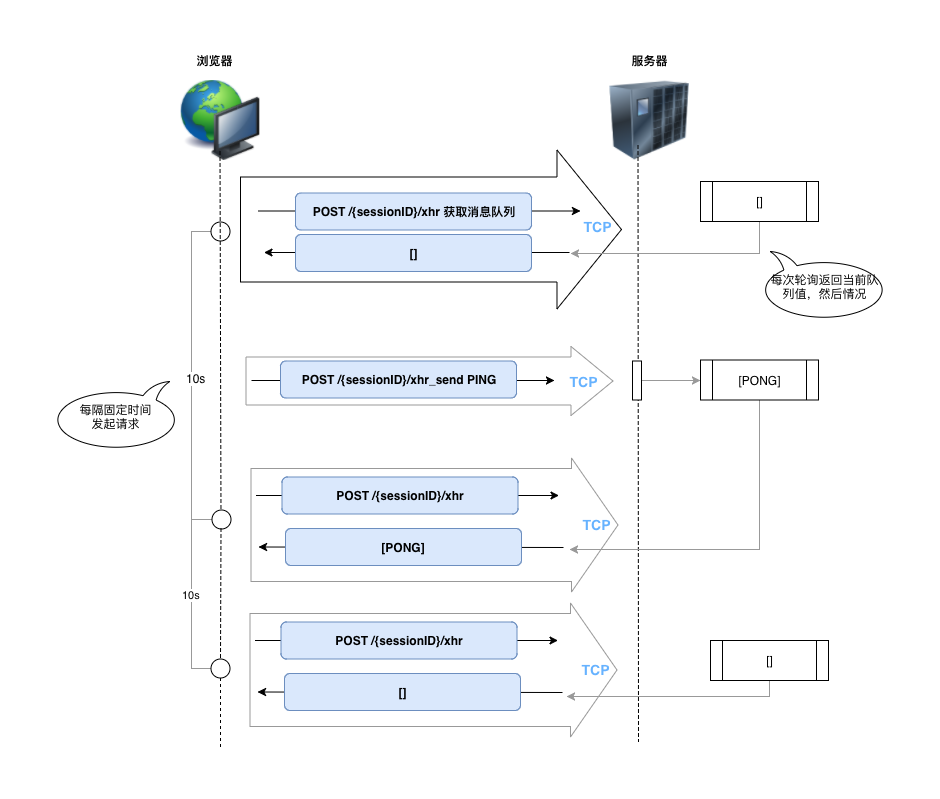
Before: source/images/sockjs/polling2.png, a diagram exported from draw.io (ivan-94/bobi.ink). Source tidied: cells renumbered, new cells last; positions are measured from the earlier drawing's top-left corner, leaving out a move shared by most shapes. The source it was exported from:
```xml
<mxGraphModel>
  <root>
    <mxCell id="0" />
    <mxCell id="1" parent="0" />
    <mxCell id="2" style="shape=flexArrow;endArrow=classic;html=1;strokeColor=#999999;width=113;endSize=15.17;" parent="1" edge="1">
      <mxGeometry relative="1" as="geometry">
        <mxPoint x="200" y="474.5" as="sourcePoint" />
        <mxPoint x="568" y="474.5" as="targetPoint" />
      </mxGeometry>
    </mxCell>
    <mxCell id="3" style="endArrow=none;dashed=1;html=1;" parent="1" edge="1" source="48">
      <mxGeometry relative="1" as="geometry">
        <mxPoint x="170" y="697" as="targetPoint" />
      </mxGeometry>
    </mxCell>
    <mxCell id="4" style="image;html=1;labelBackgroundColor=#ffffff;image=img/lib/clip_art/networking/UPS_128x128.png;" parent="1" vertex="1">
      <mxGeometry x="559" y="30" width="80" height="80" as="geometry" />
    </mxCell>
    <mxCell id="5" style="image;html=1;labelBackgroundColor=#ffffff;image=img/lib/clip_art/computers/Network_128x128.png;" parent="1" vertex="1">
      <mxGeometry x="130" y="30" width="80" height="80" as="geometry" />
    </mxCell>
    <mxCell id="6" value="浏览器" style="text;html=1;strokeColor=none;fillColor=none;align=center;verticalAlign=middle;whiteSpace=wrap;rounded=0;fontStyle=1;" parent="1" vertex="1">
      <mxGeometry x="144" width="40" height="20" as="geometry" />
    </mxCell>
    <mxCell id="7" value="服务器" style="text;html=1;strokeColor=none;fillColor=none;align=center;verticalAlign=middle;whiteSpace=wrap;rounded=0;fontStyle=1;" parent="1" vertex="1">
      <mxGeometry x="579" width="40" height="20" as="geometry" />
    </mxCell>
    <mxCell id="8" style="shape=flexArrow;endArrow=classic;html=1;endWidth=53;endSize=21.17;width=105;" parent="1" edge="1">
      <mxGeometry relative="1" as="geometry">
        <mxPoint x="189.5" y="179" as="sourcePoint" />
        <mxPoint x="571.5" y="179" as="targetPoint" />
      </mxGeometry>
    </mxCell>
    <mxCell id="9" style="endArrow=classic;html=1;" parent="1" edge="1">
      <mxGeometry relative="1" as="geometry">
        <mxPoint x="208" y="160.5" as="sourcePoint" />
        <mxPoint x="530" y="160.5" as="targetPoint" />
      </mxGeometry>
    </mxCell>
    <mxCell id="10" value="&lt;b&gt;POST /{sessionID}/xhr 获取消息队列&lt;/b&gt;" style="rounded=1;whiteSpace=wrap;html=1;fillColor=#dae8fc;strokeColor=#6c8ebf;" parent="1" vertex="1">
      <mxGeometry x="245" y="142.5" width="236" height="37" as="geometry" />
    </mxCell>
    <mxCell id="11" value="&lt;font style=&quot;font-size: 14px&quot; color=&quot;#66b2ff&quot;&gt;&lt;b&gt;TCP&lt;/b&gt;&lt;/font&gt;" style="text;html=1;strokeColor=none;fillColor=none;align=center;verticalAlign=middle;whiteSpace=wrap;rounded=0;" parent="1" vertex="1">
      <mxGeometry x="527" y="166" width="40" height="20" as="geometry" />
    </mxCell>
    <mxCell id="12" style="group;" parent="1" vertex="1">
      <mxGeometry x="195" y="321" width="368" height="20" as="geometry" />
    </mxCell>
    <mxCell id="13" style="group;" parent="12" vertex="1">
      <mxGeometry width="368" height="20" as="geometry" />
    </mxCell>
    <mxCell id="14" style="shape=flexArrow;endArrow=classic;html=1;strokeColor=#999999;width=48;endSize=13.67;" parent="13" edge="1">
      <mxGeometry relative="1" as="geometry">
        <mxPoint y="9.5" as="sourcePoint" />
        <mxPoint x="368" y="9.5" as="targetPoint" />
      </mxGeometry>
    </mxCell>
    <mxCell id="15" value="&lt;font style=&quot;font-size: 14px&quot; color=&quot;#66b2ff&quot;&gt;&lt;b&gt;TCP&lt;/b&gt;&lt;/font&gt;" style="text;html=1;strokeColor=none;fillColor=none;align=center;verticalAlign=middle;whiteSpace=wrap;rounded=0;" parent="13" vertex="1">
      <mxGeometry x="317.2" width="41.5" height="20" as="geometry" />
    </mxCell>
    <mxCell id="16" style="endArrow=classic;html=1;" parent="1" edge="1">
      <mxGeometry relative="1" as="geometry">
        <mxPoint x="201" y="330" as="sourcePoint" />
        <mxPoint x="504" y="330" as="targetPoint" />
      </mxGeometry>
    </mxCell>
    <mxCell id="17" value="&lt;b&gt;POST /{sessionID}/xhr_send PING&lt;/b&gt;" style="rounded=1;whiteSpace=wrap;html=1;fillColor=#dae8fc;strokeColor=#6c8ebf;" parent="1" vertex="1">
      <mxGeometry x="230" y="310.5" width="236" height="37" as="geometry" />
    </mxCell>
    <mxCell id="18" style="endArrow=none;dashed=1;html=1;" parent="1" edge="1">
      <mxGeometry relative="1" as="geometry">
        <mxPoint x="587.5" y="95" as="sourcePoint" />
        <mxPoint x="588" y="691" as="targetPoint" />
      </mxGeometry>
    </mxCell>
    <mxCell id="19" style="edgeStyle=orthogonalEdgeStyle;rounded=0;jettySize=auto;html=1;exitX=0.5;exitY=1;exitDx=0;exitDy=0;strokeColor=#999999;" parent="1" edge="1" source="20">
      <mxGeometry relative="1" as="geometry">
        <mxPoint x="519" y="499" as="targetPoint" />
        <Array as="points">
          <mxPoint x="709" y="499" />
        </Array>
      </mxGeometry>
    </mxCell>
    <mxCell id="20" value="[PONG]" style="shape=process;whiteSpace=wrap;html=1;backgroundOutline=1;" parent="1" vertex="1">
      <mxGeometry x="650" y="309.5" width="118" height="40" as="geometry" />
    </mxCell>
    <mxCell id="21" style="edgeStyle=orthogonalEdgeStyle;rounded=0;jettySize=auto;html=1;exitX=1;exitY=0.5;exitDx=0;exitDy=0;strokeColor=#999999;" parent="1" edge="1" source="22" target="20">
      <mxGeometry relative="1" as="geometry" />
    </mxCell>
    <mxCell id="22" style="rounded=0;whiteSpace=wrap;html=1;" parent="1" vertex="1">
      <mxGeometry x="582" y="310.5" width="9" height="39" as="geometry" />
    </mxCell>
    <mxCell id="23" style="group;" parent="1" vertex="1">
      <mxGeometry x="213" y="470.5" width="368" height="20" as="geometry" />
    </mxCell>
    <mxCell id="24" style="group;" parent="23" vertex="1">
      <mxGeometry width="368" height="20" as="geometry" />
    </mxCell>
    <mxCell id="25" value="&lt;font style=&quot;font-size: 14px&quot; color=&quot;#66b2ff&quot;&gt;&lt;b&gt;TCP&lt;/b&gt;&lt;/font&gt;" style="text;html=1;strokeColor=none;fillColor=none;align=center;verticalAlign=middle;whiteSpace=wrap;rounded=0;" parent="24" vertex="1">
      <mxGeometry x="312.2" y="-7" width="41.5" height="20" as="geometry" />
    </mxCell>
    <mxCell id="26" style="endArrow=classic;html=1;" parent="1" edge="1">
      <mxGeometry relative="1" as="geometry">
        <mxPoint x="205.5" y="445" as="sourcePoint" />
        <mxPoint x="508.5" y="445" as="targetPoint" />
      </mxGeometry>
    </mxCell>
    <mxCell id="27" value="&lt;b&gt;POST /{sessionID}/xhr&lt;/b&gt;" style="rounded=1;whiteSpace=wrap;html=1;fillColor=#dae8fc;strokeColor=#6c8ebf;" parent="1" vertex="1">
      <mxGeometry x="231.5" y="426.5" width="236" height="37" as="geometry" />
    </mxCell>
    <mxCell id="28" style="endArrow=classic;html=1;" parent="1" edge="1">
      <mxGeometry relative="1" as="geometry">
        <mxPoint x="513" y="497" as="sourcePoint" />
        <mxPoint x="208" y="496.5" as="targetPoint" />
      </mxGeometry>
    </mxCell>
    <mxCell id="29" value="&lt;b&gt;[PONG]&lt;/b&gt;" style="rounded=1;whiteSpace=wrap;html=1;fillColor=#dae8fc;strokeColor=#6c8ebf;" parent="1" vertex="1">
      <mxGeometry x="235" y="478" width="236" height="37" as="geometry" />
    </mxCell>
    <mxCell id="30" style="edgeStyle=orthogonalEdgeStyle;rounded=0;jettySize=auto;html=1;exitX=0.5;exitY=1;exitDx=0;exitDy=0;strokeColor=#999999;" parent="1" edge="1" source="31">
      <mxGeometry relative="1" as="geometry">
        <mxPoint x="520" y="203" as="targetPoint" />
        <Array as="points">
          <mxPoint x="709" y="203" />
        </Array>
      </mxGeometry>
    </mxCell>
    <mxCell id="31" value="[]" style="shape=process;whiteSpace=wrap;html=1;backgroundOutline=1;" parent="1" vertex="1">
      <mxGeometry x="650" y="131" width="118" height="40" as="geometry" />
    </mxCell>
    <mxCell id="32" style="endArrow=classic;html=1;" parent="1" edge="1">
      <mxGeometry relative="1" as="geometry">
        <mxPoint x="519" y="202" as="sourcePoint" />
        <mxPoint x="213.5" y="202" as="targetPoint" />
      </mxGeometry>
    </mxCell>
    <mxCell id="33" value="&lt;b&gt;[]&lt;/b&gt;" style="rounded=1;whiteSpace=wrap;html=1;fillColor=#dae8fc;strokeColor=#6c8ebf;" parent="1" vertex="1">
      <mxGeometry x="245" y="184" width="236" height="37" as="geometry" />
    </mxCell>
    <mxCell id="34" style="shape=flexArrow;endArrow=classic;html=1;strokeColor=#999999;width=113;endSize=15.17;" parent="1" edge="1">
      <mxGeometry relative="1" as="geometry">
        <mxPoint x="199" y="619.5" as="sourcePoint" />
        <mxPoint x="567" y="619.5" as="targetPoint" />
      </mxGeometry>
    </mxCell>
    <mxCell id="35" value="&lt;font style=&quot;font-size: 14px&quot; color=&quot;#66b2ff&quot;&gt;&lt;b&gt;TCP&lt;/b&gt;&lt;/font&gt;" style="text;html=1;strokeColor=none;fillColor=none;align=center;verticalAlign=middle;whiteSpace=wrap;rounded=0;" parent="1" vertex="1">
      <mxGeometry x="524.2" y="608.5" width="41.5" height="20" as="geometry" />
    </mxCell>
    <mxCell id="36" style="endArrow=classic;html=1;" parent="1" edge="1">
      <mxGeometry relative="1" as="geometry">
        <mxPoint x="204.5" y="590" as="sourcePoint" />
        <mxPoint x="507.5" y="590" as="targetPoint" />
      </mxGeometry>
    </mxCell>
    <mxCell id="37" value="&lt;b&gt;POST /{sessionID}/xhr&lt;/b&gt;" style="rounded=1;whiteSpace=wrap;html=1;fillColor=#dae8fc;strokeColor=#6c8ebf;" parent="1" vertex="1">
      <mxGeometry x="230.5" y="571.5" width="236" height="37" as="geometry" />
    </mxCell>
    <mxCell id="38" style="endArrow=classic;html=1;" parent="1" edge="1">
      <mxGeometry relative="1" as="geometry">
        <mxPoint x="512" y="642" as="sourcePoint" />
        <mxPoint x="207" y="641.5" as="targetPoint" />
      </mxGeometry>
    </mxCell>
    <mxCell id="39" value="&lt;b&gt;[]&lt;/b&gt;" style="rounded=1;whiteSpace=wrap;html=1;fillColor=#dae8fc;strokeColor=#6c8ebf;" parent="1" vertex="1">
      <mxGeometry x="234" y="623" width="236" height="37" as="geometry" />
    </mxCell>
    <mxCell id="40" style="edgeStyle=orthogonalEdgeStyle;rounded=0;jettySize=auto;html=1;exitX=0.5;exitY=1;exitDx=0;exitDy=0;strokeColor=#999999;" parent="1" edge="1" source="41">
      <mxGeometry relative="1" as="geometry">
        <mxPoint x="516" y="646" as="targetPoint" />
        <Array as="points">
          <mxPoint x="719" y="646" />
        </Array>
      </mxGeometry>
    </mxCell>
    <mxCell id="41" value="[]" style="shape=process;whiteSpace=wrap;html=1;backgroundOutline=1;" parent="1" vertex="1">
      <mxGeometry x="660" y="590" width="118" height="40" as="geometry" />
    </mxCell>
    <mxCell id="42" style="edgeStyle=orthogonalEdgeStyle;rounded=0;jettySize=auto;html=1;exitX=0;exitY=0.5;exitDx=0;exitDy=0;entryX=0;entryY=0.5;entryDx=0;entryDy=0;strokeColor=#999999;endArrow=none;endFill=0;" parent="1" edge="1" source="44" target="46">
      <mxGeometry relative="1" as="geometry" />
    </mxCell>
    <mxCell id="43" value="10s" style="text;html=1;align=center;verticalAlign=middle;labelBackgroundColor=#ffffff;" parent="42" vertex="1">
      <mxGeometry x="0.01" y="4" relative="1" as="geometry" />
    </mxCell>
    <mxCell id="44" style="ellipse;whiteSpace=wrap;html=1;" parent="1" vertex="1">
      <mxGeometry x="160.5" y="171" width="19" height="19" as="geometry" />
    </mxCell>
    <mxCell id="45" value="10s" style="edgeStyle=orthogonalEdgeStyle;rounded=0;jettySize=auto;html=1;exitX=0;exitY=0.5;exitDx=0;exitDy=0;entryX=0;entryY=0.5;entryDx=0;entryDy=0;endArrow=none;endFill=0;strokeColor=#999999;" parent="1" edge="1" source="46" target="48">
      <mxGeometry relative="1" as="geometry" />
    </mxCell>
    <mxCell id="46" style="ellipse;whiteSpace=wrap;html=1;" parent="1" vertex="1">
      <mxGeometry x="161" y="459" width="19" height="19" as="geometry" />
    </mxCell>
    <mxCell id="47" style="endArrow=none;dashed=1;html=1;" parent="1" edge="1" target="46">
      <mxGeometry relative="1" as="geometry">
        <mxPoint x="169.5" y="101" as="sourcePoint" />
      </mxGeometry>
    </mxCell>
    <mxCell id="48" style="ellipse;whiteSpace=wrap;html=1;" parent="1" vertex="1">
      <mxGeometry x="160.5" y="608.5" width="19" height="19" as="geometry" />
    </mxCell>
    <mxCell id="49" style="endArrow=none;dashed=1;html=1;" parent="1" edge="1" source="46" target="48">
      <mxGeometry relative="1" as="geometry" />
    </mxCell>
    <mxCell id="50" value="每次轮询返回当前队&lt;br&gt;列值，然后情况" style="whiteSpace=wrap;html=1;shape=mxgraph.basic.oval_callout;flipV=1;" parent="1" vertex="1">
      <mxGeometry x="709" y="201" width="130" height="69" as="geometry" />
    </mxCell>
    <mxCell id="51" value="每隔固定时间&lt;br&gt;发起请求" style="whiteSpace=wrap;html=1;shape=mxgraph.basic.oval_callout;flipV=1;flipH=1;" parent="1" vertex="1">
      <mxGeometry y="331" width="130" height="69" as="geometry" />
    </mxCell>
  </root>
</mxGraphModel>
```
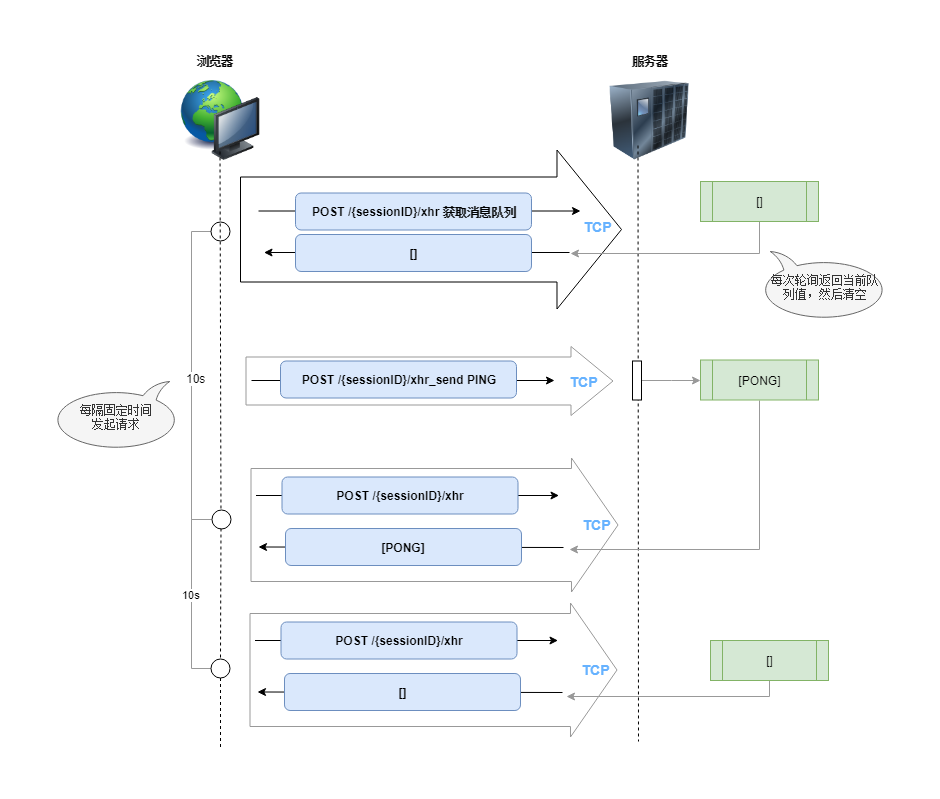
Above is the later version.

The edit, as a diff of the source:
```diff
@@ -81,7 +81,7 @@
         </Array>
       </mxGeometry>
     </mxCell>
-    <mxCell id="20" value="[PONG]" style="shape=process;whiteSpace=wrap;html=1;backgroundOutline=1;" parent="1" vertex="1">
+    <mxCell id="20" value="[PONG]" style="shape=process;whiteSpace=wrap;html=1;backgroundOutline=1;fillColor=#d5e8d4;strokeColor=#82b366;" parent="1" vertex="1">
       <mxGeometry x="650" y="309.5" width="118" height="40" as="geometry" />
     </mxCell>
     <mxCell id="21" style="edgeStyle=orthogonalEdgeStyle;rounded=0;jettySize=auto;html=1;exitX=1;exitY=0.5;exitDx=0;exitDy=0;strokeColor=#999999;" parent="1" edge="1" source="22" target="20">
@@ -125,7 +125,7 @@
         </Array>
       </mxGeometry>
     </mxCell>
-    <mxCell id="31" value="[]" style="shape=process;whiteSpace=wrap;html=1;backgroundOutline=1;" parent="1" vertex="1">
+    <mxCell id="31" value="[]" style="shape=process;whiteSpace=wrap;html=1;backgroundOutline=1;fillColor=#d5e8d4;strokeColor=#82b366;" parent="1" vertex="1">
       <mxGeometry x="650" y="131" width="118" height="40" as="geometry" />
     </mxCell>
     <mxCell id="32" style="endArrow=classic;html=1;" parent="1" edge="1">
@@ -172,7 +172,7 @@
         </Array>
       </mxGeometry>
     </mxCell>
-    <mxCell id="41" value="[]" style="shape=process;whiteSpace=wrap;html=1;backgroundOutline=1;" parent="1" vertex="1">
+    <mxCell id="41" value="[]" style="shape=process;whiteSpace=wrap;html=1;backgroundOutline=1;fillColor=#d5e8d4;strokeColor=#82b366;" parent="1" vertex="1">
       <mxGeometry x="660" y="590" width="118" height="40" as="geometry" />
     </mxCell>
     <mxCell id="42" style="edgeStyle=orthogonalEdgeStyle;rounded=0;jettySize=auto;html=1;exitX=0;exitY=0.5;exitDx=0;exitDy=0;entryX=0;entryY=0.5;entryDx=0;entryDy=0;strokeColor=#999999;endArrow=none;endFill=0;" parent="1" edge="1" source="44" target="46">
@@ -201,10 +201,10 @@
     <mxCell id="49" style="endArrow=none;dashed=1;html=1;" parent="1" edge="1" source="46" target="48">
       <mxGeometry relative="1" as="geometry" />
     </mxCell>
-    <mxCell id="50" value="每次轮询返回当前队&lt;br&gt;列值，然后情况" style="whiteSpace=wrap;html=1;shape=mxgraph.basic.oval_callout;flipV=1;" parent="1" vertex="1">
+    <mxCell id="50" value="每次轮询返回当前队&lt;br&gt;列值，然后清空" style="whiteSpace=wrap;html=1;shape=mxgraph.basic.oval_callout;flipV=1;fillColor=#f5f5f5;strokeColor=#666666;fontColor=#333333;" parent="1" vertex="1">
       <mxGeometry x="709" y="201" width="130" height="69" as="geometry" />
     </mxCell>
-    <mxCell id="51" value="每隔固定时间&lt;br&gt;发起请求" style="whiteSpace=wrap;html=1;shape=mxgraph.basic.oval_callout;flipV=1;flipH=1;" parent="1" vertex="1">
+    <mxCell id="51" value="每隔固定时间&lt;br&gt;发起请求" style="whiteSpace=wrap;html=1;shape=mxgraph.basic.oval_callout;flipV=1;flipH=1;fillColor=#f5f5f5;strokeColor=#666666;fontColor=#333333;" parent="1" vertex="1">
       <mxGeometry y="331" width="130" height="69" as="geometry" />
     </mxCell>
   </root>
```
